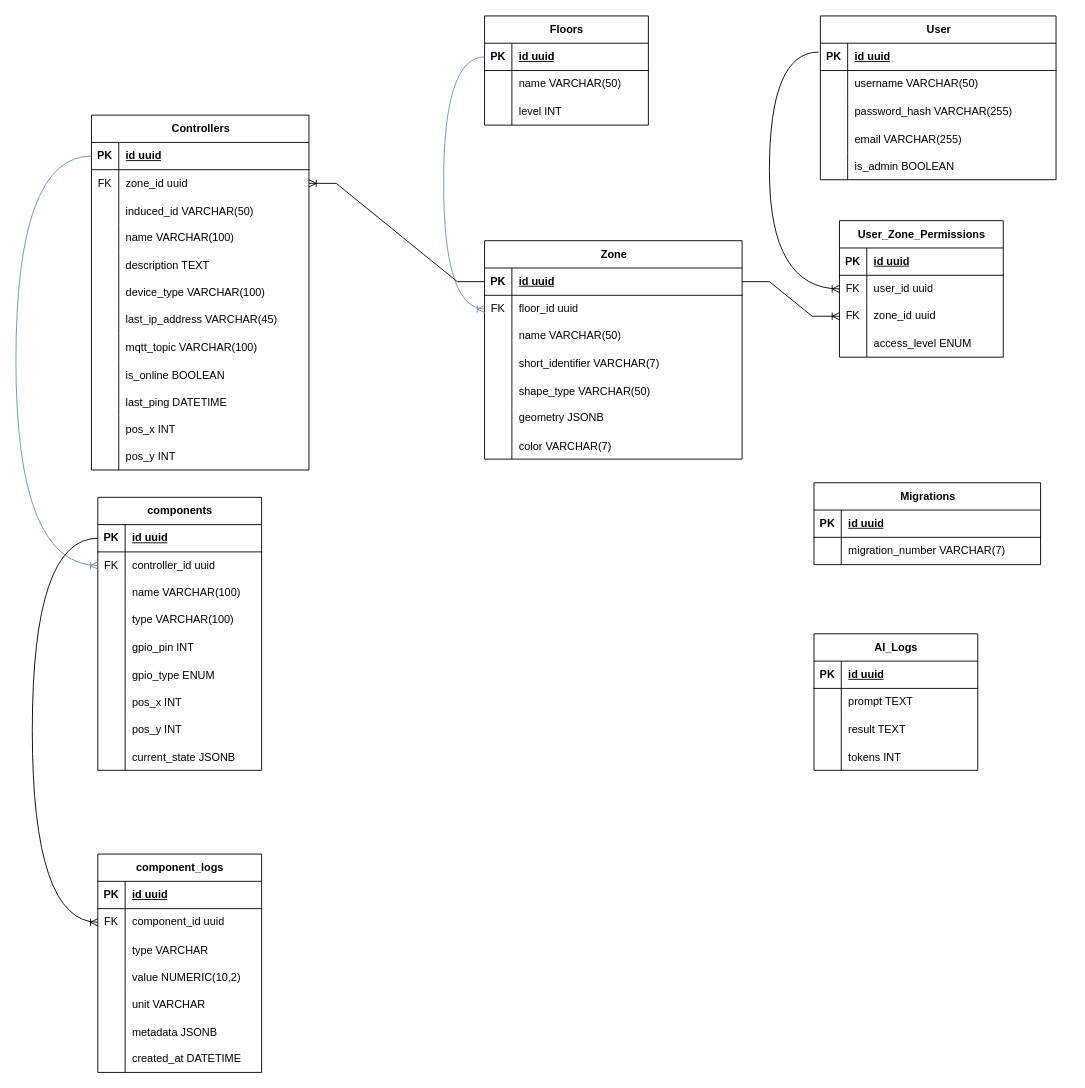
The draw.io diagram docs/diagrams/ERM.drawio in LeivSuaxy/honux, before the edit. Source tidied: cells renumbered, new cells numbered last; positions are measured from the earlier drawing's top-left corner, leaving out a move shared by most shapes. Both pictures are drawn from the tidied source at 91%, with x=0, y=0 at pixel (15, 15).
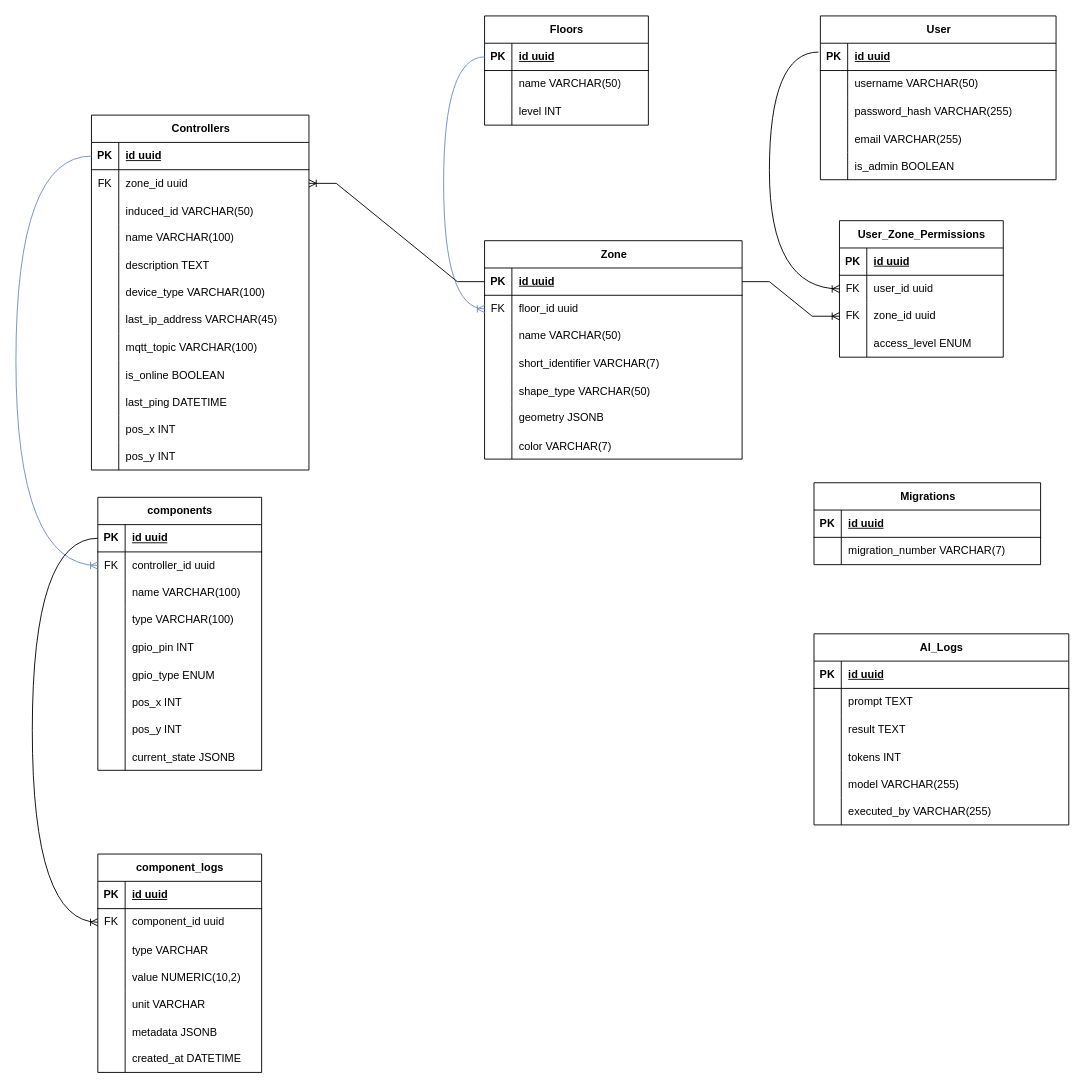
Above is the later version.

Diff of the diagram source:
```diff
@@
     <mxCell id="109" value="AI_Logs" style="shape=table;startSize=30;childLayout=tableLayout;rowLines=0;fontStyle=1;align=center;html=1;" parent="1" vertex="1">
-      <mxGeometry x="877" y="679" width="180" height="150" as="geometry" />
+      <mxGeometry x="877" y="679" width="280" height="210" as="geometry" />
     </mxCell>
     <mxCell id="110" style="shape=tableRow;horizontal=0;startSize=0;swimlaneHead=0;swimlaneBody=0;fillColor=none;top=0;left=0;right=0;bottom=1;" parent="109" vertex="1">
-      <mxGeometry y="30" width="180" height="30" as="geometry" />
+      <mxGeometry y="30" width="280" height="30" as="geometry" />
     </mxCell>
@@
     <mxCell id="112" value="id uuid" style="shape=partialRectangle;fillColor=none;top=0;left=0;bottom=0;right=0;align=left;spacingLeft=6;fontStyle=5;overflow=hidden;whiteSpace=wrap;html=1;" parent="110" vertex="1">
-      <mxGeometry x="30" width="150" height="30" as="geometry" />
+      <mxGeometry x="30" width="250" height="30" as="geometry" />
     </mxCell>
     <mxCell id="113" style="shape=tableRow;horizontal=0;startSize=0;swimlaneHead=0;swimlaneBody=0;fillColor=none;top=0;left=0;right=0;bottom=0;" parent="109" vertex="1">
-      <mxGeometry y="60" width="180" height="30" as="geometry" />
+      <mxGeometry y="60" width="280" height="30" as="geometry" />
     </mxCell>
@@
     <mxCell id="115" value="prompt TEXT" style="shape=partialRectangle;fillColor=none;top=0;left=0;bottom=0;right=0;align=left;spacingLeft=6;overflow=hidden;whiteSpace=wrap;html=1;" parent="113" vertex="1">
-      <mxGeometry x="30" width="150" height="30" as="geometry" />
+      <mxGeometry x="30" width="250" height="30" as="geometry" />
     </mxCell>
     <mxCell id="116" style="shape=tableRow;horizontal=0;startSize=0;swimlaneHead=0;swimlaneBody=0;fillColor=none;top=0;left=0;right=0;bottom=0;" parent="109" vertex="1">
-      <mxGeometry y="90" width="180" height="30" as="geometry" />
+      <mxGeometry y="90" width="280" height="30" as="geometry" />
     </mxCell>
@@
     <mxCell id="118" value="result TEXT" style="shape=partialRectangle;fillColor=none;top=0;left=0;bottom=0;right=0;align=left;spacingLeft=6;overflow=hidden;whiteSpace=wrap;html=1;" parent="116" vertex="1">
-      <mxGeometry x="30" width="150" height="30" as="geometry" />
+      <mxGeometry x="30" width="250" height="30" as="geometry" />
     </mxCell>
     <mxCell id="119" style="shape=tableRow;horizontal=0;startSize=0;swimlaneHead=0;swimlaneBody=0;fillColor=none;top=0;left=0;right=0;bottom=0;" parent="109" vertex="1">
-      <mxGeometry y="120" width="180" height="30" as="geometry" />
+      <mxGeometry y="120" width="280" height="30" as="geometry" />
     </mxCell>
@@
     <mxCell id="121" value="tokens INT" style="shape=partialRectangle;fillColor=none;top=0;left=0;bottom=0;right=0;align=left;spacingLeft=6;overflow=hidden;" parent="119" vertex="1">
-      <mxGeometry x="30" width="150" height="30" as="geometry" />
+      <mxGeometry x="30" width="250" height="30" as="geometry" />
     </mxCell>
+    <mxCell id="176" style="shape=tableRow;horizontal=0;startSize=0;swimlaneHead=0;swimlaneBody=0;fillColor=none;top=0;left=0;right=0;bottom=0;" parent="109" vertex="1">
+      <mxGeometry y="150" width="280" height="30" as="geometry" />
+    </mxCell>
+    <mxCell id="177" style="shape=partialRectangle;fillColor=none;top=0;left=0;bottom=0;right=0;overflow=hidden;" parent="176" vertex="1">
+      <mxGeometry width="30" height="30" as="geometry" />
+    </mxCell>
+    <mxCell id="178" value="model VARCHAR(255)" style="shape=partialRectangle;fillColor=none;top=0;left=0;bottom=0;right=0;align=left;spacingLeft=6;overflow=hidden;" parent="176" vertex="1">
+      <mxGeometry x="30" width="250" height="30" as="geometry" />
+    </mxCell>
+    <mxCell id="179" style="shape=tableRow;horizontal=0;startSize=0;swimlaneHead=0;swimlaneBody=0;fillColor=none;top=0;left=0;right=0;bottom=0;" parent="109" vertex="1">
+      <mxGeometry y="180" width="280" height="30" as="geometry" />
+    </mxCell>
+    <mxCell id="180" style="shape=partialRectangle;fillColor=none;top=0;left=0;bottom=0;right=0;overflow=hidden;" parent="179" vertex="1">
+      <mxGeometry width="30" height="30" as="geometry" />
+    </mxCell>
+    <mxCell id="181" value="executed_by VARCHAR(255)" style="shape=partialRectangle;fillColor=none;top=0;left=0;bottom=0;right=0;align=left;spacingLeft=6;overflow=hidden;" parent="179" vertex="1">
+      <mxGeometry x="30" width="250" height="30" as="geometry" />
+    </mxCell>
```
